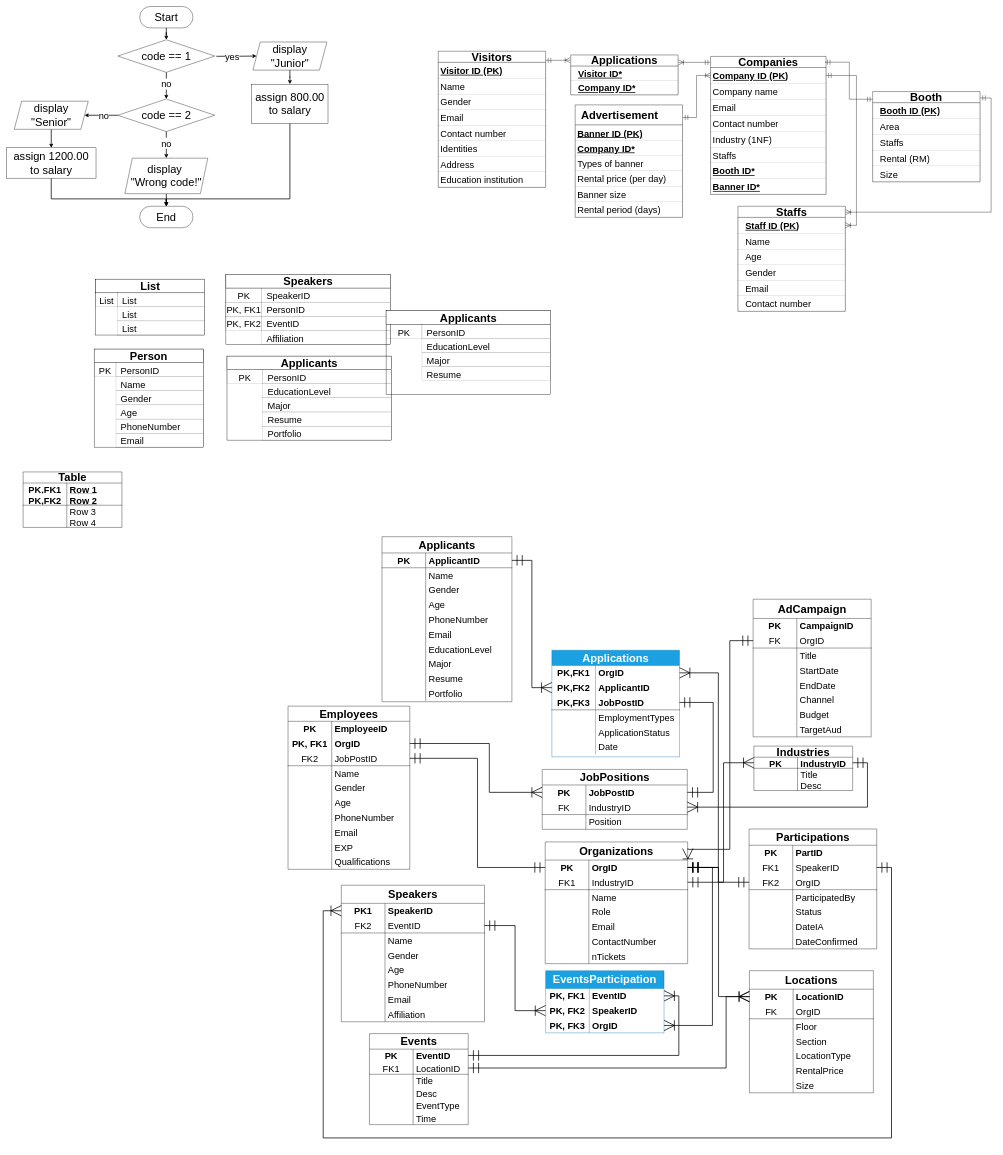
twelve0dev9/BMCS1053-asg keeps this draw.io diagram as ERD BMCS1053 asg.drawio. Above is the earlier version. Source tidied: cells renumbered, new cells numbered last; positions are measured from the earlier drawing's top-left corner, leaving out a move shared by most shapes. Both pictures are drawn from the tidied source at 37%, with x=0, y=0 at pixel (6, 6).
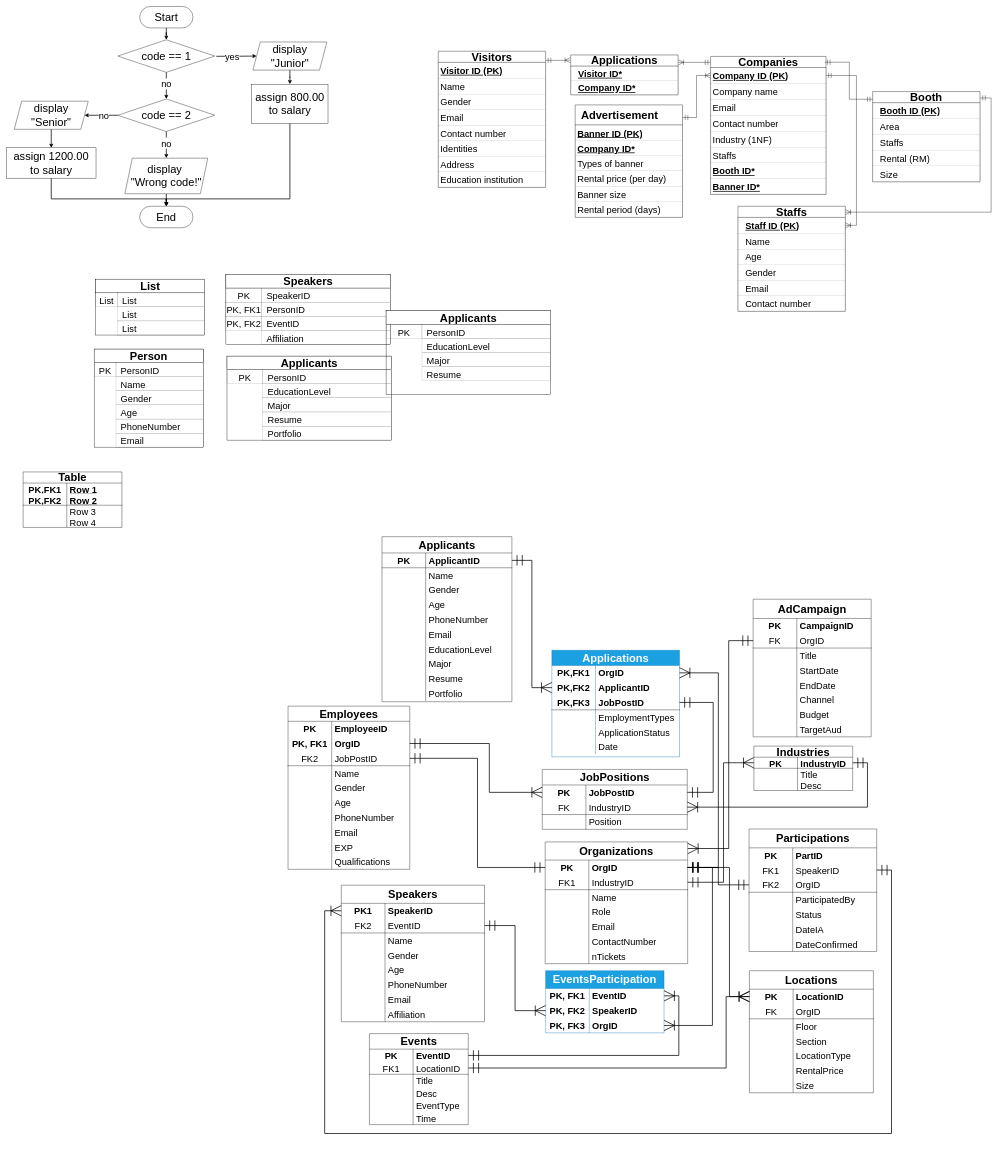
The same diagram, later.

Commit message (it also covers changes not shown here):
SQL script update

Unchanged cells that the change refers to:
```xml
<mxCell id="115" style="shape=tableRow;horizontal=0;startSize=0;swimlaneHead=0;swimlaneBody=0;fillColor=none;points=[[0,0.5],[1,0.5]];portConstraint=eastwest;top=0;left=0;right=0;bottom=0;html=1;fontSize=30;" parent="114" vertex="1">
  <mxGeometry y="49" width="387" height="40" as="geometry" />
</mxCell>
<mxCell id="285" style="shape=tableRow;horizontal=0;startSize=0;swimlaneHead=0;swimlaneBody=0;fillColor=none;points=[[0,0.5],[1,0.5]];portConstraint=eastwest;top=0;left=0;right=0;bottom=0;html=1;fontSize=30;" parent="284" vertex="1">
  <mxGeometry y="50" width="335" height="40" as="geometry" />
</mxCell>
<mxCell id="314" value="Organizations" style="shape=table;startSize=49;childLayout=tableLayout;rowLines=0;fontStyle=1;align=center;html=1;whiteSpace=wrap;fontSize=30;" parent="1" vertex="1">
  <mxGeometry x="1456" y="2258" width="385" height="329" as="geometry" />
</mxCell>
<mxCell id="315" style="shape=tableRow;horizontal=0;startSize=0;swimlaneHead=0;swimlaneBody=0;fillColor=none;points=[[0,0.5],[1,0.5]];portConstraint=eastwest;top=0;left=0;right=0;bottom=0;html=1;fontSize=30;" parent="314" vertex="1">
  <mxGeometry y="49" width="385" height="40" as="geometry" />
</mxCell>
<mxCell id="352" style="shape=tableRow;horizontal=0;startSize=0;swimlaneHead=0;swimlaneBody=0;fillColor=none;points=[[0,0.5],[1,0.5]];portConstraint=eastwest;top=0;left=0;right=0;bottom=1;html=1;fontSize=30;" parent="348" vertex="1">
  <mxGeometry y="92" width="319" height="40" as="geometry" />
</mxCell>
```

What changed in the source:
```diff
@@
-    <mxCell id="243" value="Participations" style="shape=table;startSize=44;childLayout=tableLayout;rowLines=0;fontStyle=1;align=center;html=1;whiteSpace=wrap;fontSize=30;" parent="1" vertex="1">
-      <mxGeometry x="2007" y="2223" width="345" height="324" as="geometry" />
+    <mxCell id="243" value="Participations" style="shape=table;startSize=51;childLayout=tableLayout;rowLines=0;fontStyle=1;align=center;html=1;whiteSpace=wrap;fontSize=30;" parent="1" vertex="1">
+      <mxGeometry x="2007" y="2223" width="345" height="331" as="geometry" />
     </mxCell>
     <mxCell id="244" style="shape=tableRow;horizontal=0;startSize=0;swimlaneHead=0;swimlaneBody=0;fillColor=none;top=0;left=0;right=0;bottom=0;html=1;fontSize=30;fontStyle=0;" parent="243" vertex="1">
-      <mxGeometry y="44" width="345" height="40" as="geometry" />
+      <mxGeometry y="51" width="345" height="40" as="geometry" />
     </mxCell>
@@
     <mxCell id="247" style="shape=tableRow;horizontal=0;startSize=0;swimlaneHead=0;swimlaneBody=0;fillColor=none;points=[[0,0.5],[1,0.5]];portConstraint=eastwest;top=0;left=0;right=0;bottom=0;html=1;fontSize=30;fontStyle=0;" parent="243" vertex="1">
-      <mxGeometry y="84" width="345" height="40" as="geometry" />
+      <mxGeometry y="91" width="345" height="40" as="geometry" />
     </mxCell>
@@
     <mxCell id="250" style="shape=tableRow;horizontal=0;startSize=0;swimlaneHead=0;swimlaneBody=0;fillColor=none;points=[[0,0.5],[1,0.5]];portConstraint=eastwest;top=0;left=0;right=0;bottom=1;html=1;fontSize=30;fontStyle=1;" parent="243" vertex="1">
-      <mxGeometry y="124" width="345" height="40" as="geometry" />
+      <mxGeometry y="131" width="345" height="40" as="geometry" />
     </mxCell>
@@
     <mxCell id="253" style="shape=tableRow;horizontal=0;startSize=0;swimlaneHead=0;swimlaneBody=0;fillColor=none;top=0;left=0;right=0;bottom=0;html=1;fontSize=30;fontStyle=0;" parent="243" vertex="1">
-      <mxGeometry y="164" width="345" height="40" as="geometry" />
+      <mxGeometry y="171" width="345" height="40" as="geometry" />
     </mxCell>
@@
     <mxCell id="256" style="shape=tableRow;horizontal=0;startSize=0;swimlaneHead=0;swimlaneBody=0;fillColor=none;top=0;left=0;right=0;bottom=0;html=1;fontSize=30;fontStyle=0;" parent="243" vertex="1">
-      <mxGeometry y="204" width="345" height="40" as="geometry" />
+      <mxGeometry y="211" width="345" height="40" as="geometry" />
     </mxCell>
@@
     <mxCell id="259" style="shape=tableRow;horizontal=0;startSize=0;swimlaneHead=0;swimlaneBody=0;fillColor=none;top=0;left=0;right=0;bottom=0;html=1;fontSize=30;fontStyle=0;" parent="243" vertex="1">
-      <mxGeometry y="244" width="345" height="40" as="geometry" />
+      <mxGeometry y="251" width="345" height="40" as="geometry" />
     </mxCell>
@@
     <mxCell id="262" style="shape=tableRow;horizontal=0;startSize=0;swimlaneHead=0;swimlaneBody=0;fillColor=none;top=0;left=0;right=0;bottom=0;html=1;fontSize=30;fontStyle=0;" parent="243" vertex="1">
-      <mxGeometry y="284" width="345" height="40" as="geometry" />
+      <mxGeometry y="291" width="345" height="40" as="geometry" />
     </mxCell>
@@
     <mxCell id="373" style="edgeStyle=orthogonalEdgeStyle;shape=connector;rounded=0;jettySize=auto;html=1;entryX=1.001;entryY=0.054;entryDx=0;entryDy=0;strokeColor=default;strokeWidth=2;align=center;verticalAlign=middle;fontFamily=Helvetica;fontSize=11;fontColor=default;labelBackgroundColor=default;startArrow=ERmandOne;startFill=0;startSize=25;endArrow=ERoneToMany;endFill=0;endSize=25;entryPerimeter=0;" parent="1" edge="1" source="352" target="314">
       <mxGeometry relative="1" as="geometry">
         <Array as="points">
-          <mxPoint x="1955" y="1714" />
-          <mxPoint x="1955" y="2278" />
+          <mxPoint x="1952" y="1714" />
+          <mxPoint x="1952" y="2276" />
         </Array>
       </mxGeometry>
     </mxCell>
@@
     <mxCell id="385" style="edgeStyle=orthogonalEdgeStyle;shape=connector;rounded=0;jettySize=auto;html=1;strokeColor=default;strokeWidth=2;align=center;verticalAlign=middle;fontFamily=Helvetica;fontSize=11;fontColor=default;labelBackgroundColor=default;startArrow=ERmandOne;startFill=0;startSize=25;endArrow=ERoneToMany;endFill=0;endSize=25;" parent="1" edge="1" source="315" target="285">
-      <mxGeometry relative="1" as="geometry" />
+      <mxGeometry relative="1" as="geometry">
+        <Array as="points">
+          <mxPoint x="1954" y="2327" />
+          <mxPoint x="1954" y="2676" />
+        </Array>
+      </mxGeometry>
     </mxCell>
@@
     <mxCell id="387" style="edgeStyle=orthogonalEdgeStyle;shape=connector;rounded=0;jettySize=auto;html=1;entryX=1;entryY=0.5;entryDx=0;entryDy=0;strokeColor=default;strokeWidth=2;align=center;verticalAlign=middle;fontFamily=Helvetica;fontSize=11;fontColor=default;labelBackgroundColor=default;startArrow=ERoneToMany;startFill=0;startSize=25;endArrow=ERmandOne;endFill=0;endSize=25;" parent="1" edge="1" source="115" target="247">
       <mxGeometry relative="1" as="geometry">
         <Array as="points">
-          <mxPoint x="856" y="2444" />
-          <mxPoint x="856" y="3058" />
-          <mxPoint x="2392" y="3058" />
-          <mxPoint x="2392" y="2327" />
+          <mxPoint x="860" y="2444" />
+          <mxPoint x="860" y="3046" />
+          <mxPoint x="2392" y="3046" />
+          <mxPoint x="2392" y="2334" />
         </Array>
       </mxGeometry>
     </mxCell>
```
